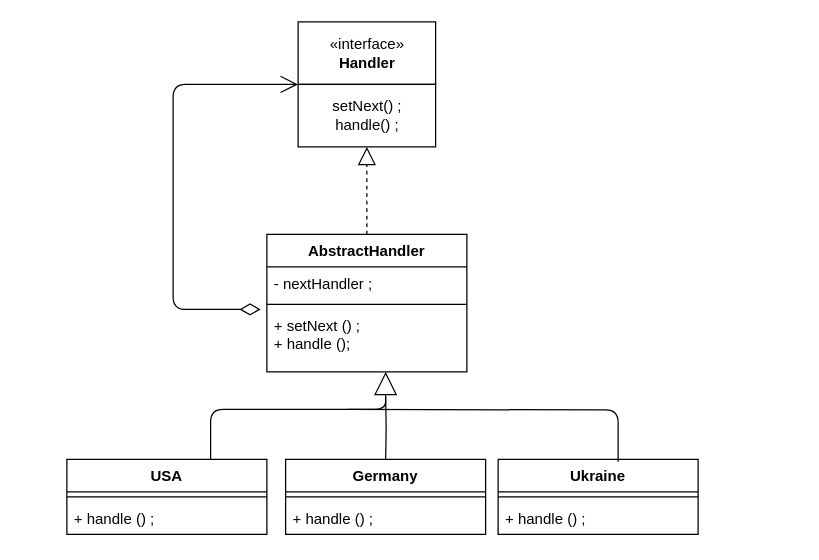
Above: Behavioral/13_chain/chain.drawio in sergiymatsiuk/patterns (draw.io), before the change. Source tidied: cells renumbered, new cells numbered last; positions are measured from the earlier drawing's top-left corner, leaving out a move shared by most shapes. Both pictures are drawn from the tidied source at 125%, with x=0, y=0 at pixel (66, 21).
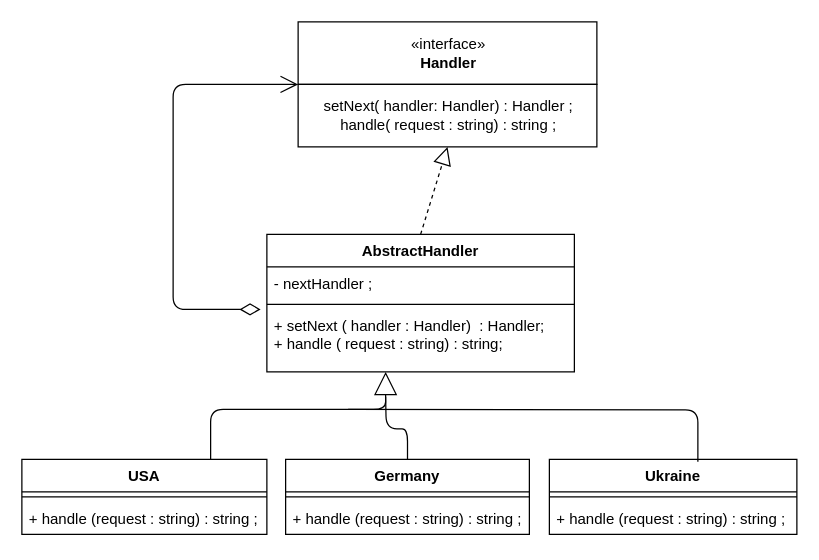
Above is the later version.

Diff of the diagram source:
```diff
@@
     <mxCell id="2" value="«interface»&lt;br&gt;&lt;b&gt;Handler&lt;/b&gt;" style="html=1;" parent="1" vertex="1">
-      <mxGeometry x="185" width="110" height="50" as="geometry" />
+      <mxGeometry x="185" width="239" height="50" as="geometry" />
     </mxCell>
-    <mxCell id="3" value="setNext() ;&lt;br&gt;handle() ;" style="html=1;" parent="1" vertex="1">
-      <mxGeometry x="185" y="50" width="110" height="50" as="geometry" />
+    <mxCell id="3" value="setNext( handler: Handler) : Handler ;&lt;br&gt;handle( request : string) : string ;" style="html=1;" parent="1" vertex="1">
+      <mxGeometry x="185" y="50" width="239" height="50" as="geometry" />
     </mxCell>
     <mxCell id="4" value="AbstractHandler" style="swimlane;fontStyle=1;align=center;verticalAlign=top;horizontal=1;startSize=26;" parent="1" vertex="1">
-      <mxGeometry x="160" y="170" width="160" height="110" as="geometry" />
+      <mxGeometry x="160" y="170" width="246" height="110" as="geometry" />
     </mxCell>
     <mxCell id="5" value="- nextHandler ;" style="text;strokeColor=none;fillColor=none;align=left;verticalAlign=top;spacingLeft=4;spacingRight=4;overflow=hidden;" parent="4" vertex="1">
-      <mxGeometry y="26" width="160" height="26" as="geometry" />
+      <mxGeometry y="26" width="246" height="26" as="geometry" />
     </mxCell>
     <mxCell id="6" style="line;strokeWidth=1;fillColor=none;align=left;verticalAlign=middle;spacingTop=-1;spacingLeft=3;spacingRight=3;labelPosition=right;" parent="4" vertex="1">
-      <mxGeometry y="52" width="160" height="8" as="geometry" />
+      <mxGeometry y="52" width="246" height="8" as="geometry" />
     </mxCell>
-    <mxCell id="7" value="+ setNext () ;&#10;+ handle ();" style="text;strokeColor=none;fillColor=none;align=left;verticalAlign=top;spacingLeft=4;spacingRight=4;overflow=hidden;" parent="4" vertex="1">
-      <mxGeometry y="60" width="160" height="50" as="geometry" />
+    <mxCell id="7" value="+ setNext ( handler : Handler)  : Handler;&#10;+ handle ( request : string) : string;" style="text;strokeColor=none;fillColor=none;align=left;verticalAlign=top;spacingLeft=4;spacingRight=4;overflow=hidden;" parent="4" vertex="1">
+      <mxGeometry y="60" width="246" height="50" as="geometry" />
     </mxCell>
     <mxCell id="8" value="USA" style="swimlane;fontStyle=1;align=center;verticalAlign=top;horizontal=1;startSize=26;" parent="1" vertex="1">
-      <mxGeometry y="350" width="160" height="60" as="geometry" />
+      <mxGeometry x="-36" y="350" width="196" height="60" as="geometry" />
     </mxCell>
     <mxCell id="9" style="line;strokeWidth=1;fillColor=none;align=left;verticalAlign=middle;spacingTop=-1;spacingLeft=3;spacingRight=3;labelPosition=right;" parent="8" vertex="1">
-      <mxGeometry y="26" width="160" height="8" as="geometry" />
+      <mxGeometry y="26" width="196" height="8" as="geometry" />
     </mxCell>
-    <mxCell id="10" value="+ handle () ;" style="text;strokeColor=none;fillColor=none;align=left;verticalAlign=top;spacingLeft=4;spacingRight=4;overflow=hidden;" parent="8" vertex="1">
-      <mxGeometry y="34" width="160" height="26" as="geometry" />
+    <mxCell id="10" value="+ handle (request : string) : string ;" style="text;strokeColor=none;fillColor=none;align=left;verticalAlign=top;spacingLeft=4;spacingRight=4;overflow=hidden;" parent="8" vertex="1">
+      <mxGeometry y="34" width="196" height="26" as="geometry" />
     </mxCell>
     <mxCell id="11" value="Germany" style="swimlane;fontStyle=1;align=center;verticalAlign=top;horizontal=1;startSize=26;" parent="1" vertex="1">
-      <mxGeometry x="175" y="350" width="160" height="60" as="geometry" />
+      <mxGeometry x="175" y="350" width="195" height="60" as="geometry" />
     </mxCell>
     <mxCell id="12" style="line;strokeWidth=1;fillColor=none;align=left;verticalAlign=middle;spacingTop=-1;spacingLeft=3;spacingRight=3;labelPosition=right;" parent="11" vertex="1">
-      <mxGeometry y="26" width="160" height="8" as="geometry" />
+      <mxGeometry y="26" width="195" height="8" as="geometry" />
     </mxCell>
-    <mxCell id="13" value="+ handle () ;" style="text;strokeColor=none;fillColor=none;align=left;verticalAlign=top;spacingLeft=4;spacingRight=4;overflow=hidden;" parent="11" vertex="1">
-      <mxGeometry y="34" width="160" height="26" as="geometry" />
+    <mxCell id="13" value="+ handle (request : string) : string ;" style="text;strokeColor=none;fillColor=none;align=left;verticalAlign=top;spacingLeft=4;spacingRight=4;overflow=hidden;" parent="11" vertex="1">
+      <mxGeometry y="34" width="195" height="26" as="geometry" />
     </mxCell>
     <mxCell id="14" value="Ukraine" style="swimlane;fontStyle=1;align=center;verticalAlign=top;horizontal=1;startSize=26;" parent="1" vertex="1">
-      <mxGeometry x="345" y="350" width="160" height="60" as="geometry" />
+      <mxGeometry x="386" y="350" width="198" height="60" as="geometry" />
     </mxCell>
     <mxCell id="15" style="line;strokeWidth=1;fillColor=none;align=left;verticalAlign=middle;spacingTop=-1;spacingLeft=3;spacingRight=3;labelPosition=right;" parent="14" vertex="1">
-      <mxGeometry y="26" width="160" height="8" as="geometry" />
+      <mxGeometry y="26" width="198" height="8" as="geometry" />
     </mxCell>
-    <mxCell id="16" value="+ handle () ;" style="text;strokeColor=none;fillColor=none;align=left;verticalAlign=top;spacingLeft=4;spacingRight=4;overflow=hidden;" parent="14" vertex="1">
-      <mxGeometry y="34" width="160" height="26" as="geometry" />
+    <mxCell id="16" value="+ handle (request : string) : string ;" style="text;strokeColor=none;fillColor=none;align=left;verticalAlign=top;spacingLeft=4;spacingRight=4;overflow=hidden;" parent="14" vertex="1">
+      <mxGeometry y="34" width="198" height="26" as="geometry" />
     </mxCell>
```
